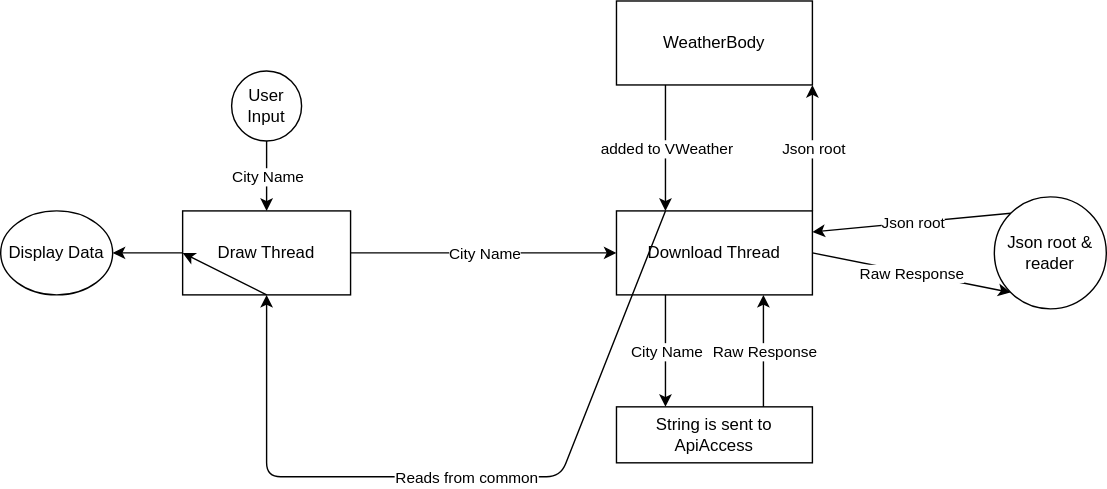
Above: digram.drawio.svg in mohammadabk2/Weather-App (draw.io), before the change. Source tidied: cells renumbered, new cells last; positions are measured from the earlier drawing's top-left corner, leaving out a move shared by most shapes.
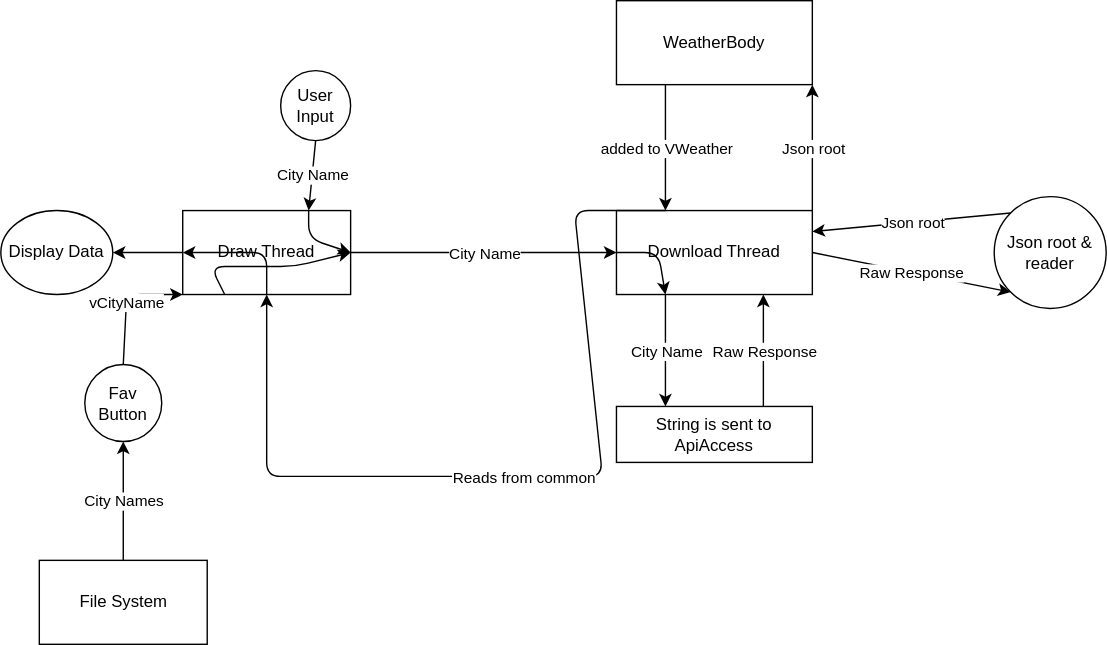
After the change.

What changed in the source:
```diff
@@ -42,9 +42,9 @@
       <mxGeometry relative="1" as="geometry" />
     </mxCell>
     <mxCell id="15" value="User Input" style="ellipse;whiteSpace=wrap;html=1;" parent="1" vertex="1">
-      <mxGeometry x="165" y="50" width="50" height="50" as="geometry" />
+      <mxGeometry x="200" y="50" width="50" height="50" as="geometry" />
     </mxCell>
-    <mxCell id="16" style="endArrow=classic;html=1;exitX=0.5;exitY=1;exitDx=0;exitDy=0;entryX=0.5;entryY=0;entryDx=0;entryDy=0;" parent="1" edge="1" source="15" target="5">
+    <mxCell id="16" style="endArrow=classic;html=1;entryX=0.75;entryY=0;entryDx=0;entryDy=0;exitX=0.5;exitY=1;exitDx=0;exitDy=0;" parent="1" edge="1" source="15" target="5">
       <mxGeometry relative="1" as="geometry" />
     </mxCell>
     <mxCell id="17" value="City Name" style="edgeLabel;html=1;align=center;verticalAlign=middle;" parent="16" vertex="1">
@@ -68,6 +68,8 @@
     <mxCell id="23" style="endArrow=classic;html=1;exitX=0.25;exitY=0;exitDx=0;exitDy=0;entryX=0.5;entryY=1;entryDx=0;entryDy=0;" parent="1" edge="1" source="3" target="5">
       <mxGeometry relative="1" as="geometry">
         <Array as="points">
+          <mxPoint x="410" y="150" />
+          <mxPoint x="430" y="340" />
           <mxPoint x="400" y="340" />
           <mxPoint x="320" y="340" />
           <mxPoint x="190" y="340" />
@@ -84,10 +86,58 @@
       <mxGeometry relative="1" as="geometry" />
     </mxCell>
     <mxCell id="27" style="edgeStyle=none;html=1;exitX=0.5;exitY=1;exitDx=0;exitDy=0;entryX=0;entryY=0.5;entryDx=0;entryDy=0;" parent="1" edge="1" source="5" target="5">
-      <mxGeometry relative="1" as="geometry" />
+      <mxGeometry relative="1" as="geometry">
+        <Array as="points">
+          <mxPoint x="190" y="180" />
+        </Array>
+      </mxGeometry>
     </mxCell>
     <mxCell id="28" value="Display Data" style="ellipse;whiteSpace=wrap;html=1;" parent="1" vertex="1">
       <mxGeometry y="150" width="80" height="60" as="geometry" />
     </mxCell>
+    <mxCell id="29" value="Fav Button" style="ellipse;whiteSpace=wrap;html=1;" parent="1" vertex="1">
+      <mxGeometry x="60" y="260" width="55" height="55" as="geometry" />
+    </mxCell>
+    <mxCell id="30" style="edgeStyle=none;html=1;exitX=0.75;exitY=0;exitDx=0;exitDy=0;entryX=1;entryY=0.5;entryDx=0;entryDy=0;" parent="1" edge="1" source="5" target="5">
+      <mxGeometry relative="1" as="geometry">
+        <Array as="points">
+          <mxPoint x="220" y="170" />
+        </Array>
+      </mxGeometry>
+    </mxCell>
+    <mxCell id="31" style="endArrow=classic;html=1;exitX=0;exitY=0.5;exitDx=0;exitDy=0;entryX=0.25;entryY=1;entryDx=0;entryDy=0;" parent="1" edge="1" source="3" target="3">
+      <mxGeometry relative="1" as="geometry">
+        <Array as="points">
+          <mxPoint x="470" y="180" />
+        </Array>
+      </mxGeometry>
+    </mxCell>
+    <mxCell id="32" value="File System" style="rounded=0;whiteSpace=wrap;html=1;" parent="1" vertex="1">
+      <mxGeometry x="27.5" y="400" width="120" height="60" as="geometry" />
+    </mxCell>
+    <mxCell id="33" style="endArrow=classic;html=1;exitX=0.25;exitY=1;exitDx=0;exitDy=0;entryX=1;entryY=0.5;entryDx=0;entryDy=0;" parent="1" edge="1" source="5" target="5">
+      <mxGeometry relative="1" as="geometry">
+        <Array as="points">
+          <mxPoint x="150" y="190" />
+          <mxPoint x="210" y="190" />
+        </Array>
+      </mxGeometry>
+    </mxCell>
+    <mxCell id="34" style="endArrow=classic;html=1;exitX=0.5;exitY=0;exitDx=0;exitDy=0;entryX=0.5;entryY=1;entryDx=0;entryDy=0;" parent="1" edge="1" source="32" target="29">
+      <mxGeometry relative="1" as="geometry" />
+    </mxCell>
+    <mxCell id="35" value="City Names" style="edgeLabel;html=1;align=center;verticalAlign=middle;" parent="34" vertex="1">
+      <mxGeometry relative="1" as="geometry" />
+    </mxCell>
+    <mxCell id="36" style="endArrow=classic;html=1;exitX=0.5;exitY=0;exitDx=0;exitDy=0;entryX=0;entryY=1;entryDx=0;entryDy=0;" parent="1" edge="1" source="29" target="5">
+      <mxGeometry relative="1" as="geometry">
+        <Array as="points">
+          <mxPoint x="90" y="210" />
+        </Array>
+      </mxGeometry>
+    </mxCell>
+    <mxCell id="37" value="vCityName" style="edgeLabel;html=1;align=center;verticalAlign=middle;" parent="36" vertex="1">
+      <mxGeometry relative="1" as="geometry" />
+    </mxCell>
   </root>
 </mxGraphModel>
```
